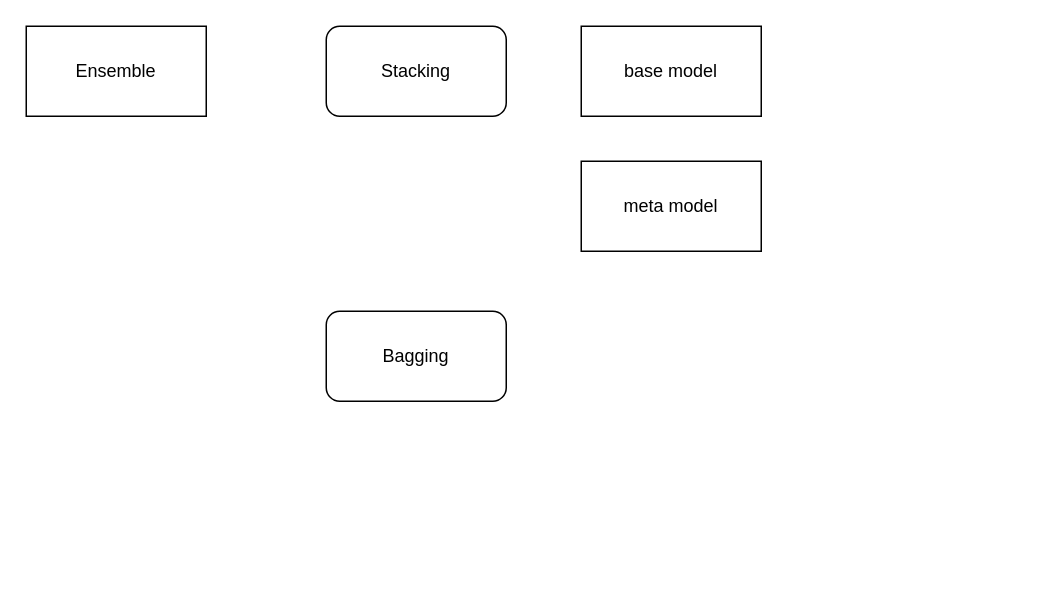
This is page "Page-12" (11 of 11) of Untitled Diagram.drawio from robinyang414/Book, a draw.io file, before an edit. Source tidied: cells renumbered, new cells numbered last; positions are measured from the earlier drawing's top-left corner, leaving out a move shared by most shapes. Both pictures are drawn from the tidied source at 150%, with x=0, y=0 at pixel (26, 26).
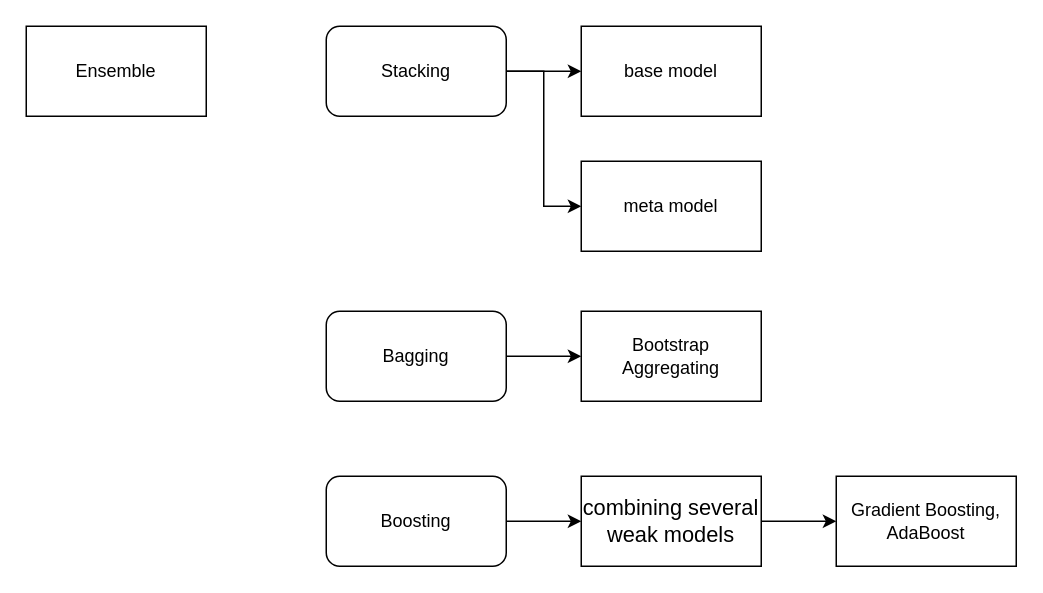
The same page after the edit.

Diff of the diagram source:
```diff
@@
 <mxGraphModel>
   <root>
     <mxCell id="0" />
     <mxCell id="1" parent="0" />
     <mxCell id="2" value="Ensemble" style="rounded=0;whiteSpace=wrap;html=1;" parent="1" vertex="1">
       <mxGeometry width="120" height="60" as="geometry" />
     </mxCell>
+    <mxCell id="7" style="edgeStyle=orthogonalEdgeStyle;rounded=0;jettySize=auto;html=1;exitX=1;exitY=0.5;exitDx=0;exitDy=0;entryX=0;entryY=0.5;entryDx=0;entryDy=0;" parent="1" edge="1" source="3" target="4">
+      <mxGeometry relative="1" as="geometry" />
+    </mxCell>
+    <mxCell id="8" style="edgeStyle=orthogonalEdgeStyle;rounded=0;jettySize=auto;html=1;exitX=1;exitY=0.5;exitDx=0;exitDy=0;entryX=0;entryY=0.5;entryDx=0;entryDy=0;" parent="1" edge="1" source="3" target="5">
+      <mxGeometry relative="1" as="geometry" />
+    </mxCell>
     <mxCell id="3" value="Stacking" style="rounded=1;whiteSpace=wrap;html=1;" parent="1" vertex="1">
       <mxGeometry x="200" width="120" height="60" as="geometry" />
     </mxCell>
     <mxCell id="4" value="base model" style="rounded=0;whiteSpace=wrap;html=1;" parent="1" vertex="1">
       <mxGeometry x="370" width="120" height="60" as="geometry" />
     </mxCell>
     <mxCell id="5" value="meta model" style="rounded=0;whiteSpace=wrap;html=1;" parent="1" vertex="1">
       <mxGeometry x="370" y="90" width="120" height="60" as="geometry" />
     </mxCell>
+    <mxCell id="9" style="edgeStyle=orthogonalEdgeStyle;rounded=0;jettySize=auto;html=1;exitX=1;exitY=0.5;exitDx=0;exitDy=0;entryX=0;entryY=0.5;entryDx=0;entryDy=0;" parent="1" edge="1" source="6" target="10">
+      <mxGeometry relative="1" as="geometry" />
+    </mxCell>
     <mxCell id="6" value="Bagging" style="rounded=1;whiteSpace=wrap;html=1;" parent="1" vertex="1">
       <mxGeometry x="200" y="190" width="120" height="60" as="geometry" />
     </mxCell>
+    <mxCell id="10" value=" Bootstrap Aggregating" style="rounded=0;whiteSpace=wrap;html=1;" parent="1" vertex="1">
+      <mxGeometry x="370" y="190" width="120" height="60" as="geometry" />
+    </mxCell>
+    <mxCell id="11" style="edgeStyle=orthogonalEdgeStyle;rounded=0;jettySize=auto;html=1;exitX=1;exitY=0.5;exitDx=0;exitDy=0;" parent="1" edge="1" source="12" target="14">
+      <mxGeometry relative="1" as="geometry" />
+    </mxCell>
+    <mxCell id="12" value="Boosting" style="rounded=1;whiteSpace=wrap;html=1;" parent="1" vertex="1">
+      <mxGeometry x="200" y="300" width="120" height="60" as="geometry" />
+    </mxCell>
+    <mxCell id="13" style="edgeStyle=orthogonalEdgeStyle;rounded=0;jettySize=auto;html=1;exitX=1;exitY=0.5;exitDx=0;exitDy=0;entryX=0;entryY=0.5;entryDx=0;entryDy=0;" parent="1" edge="1" source="14" target="15">
+      <mxGeometry relative="1" as="geometry" />
+    </mxCell>
+    <mxCell id="14" value="&lt;div&gt;&lt;span style=&quot;font-size: 10.9091pt; font-family: CMSS10;&quot;&gt;combining several weak models&lt;/span&gt;&lt;/div&gt;" style="rounded=0;whiteSpace=wrap;html=1;" parent="1" vertex="1">
+      <mxGeometry x="370" y="300" width="120" height="60" as="geometry" />
+    </mxCell>
+    <mxCell id="15" value="Gradient Boosting, AdaBoost" style="rounded=0;whiteSpace=wrap;html=1;" parent="1" vertex="1">
+      <mxGeometry x="540" y="300" width="120" height="60" as="geometry" />
+    </mxCell>
   </root>
 </mxGraphModel>
```
